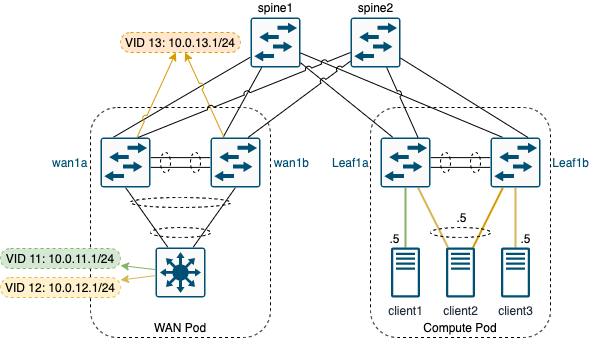
This is media/lab.drawio.png from Converged-networking/crawling-to-run, a draw.io export, as it was before one commit. Source tidied: cells renumbered, new cells last; positions are measured from the earlier drawing's top-left corner, leaving out a move shared by most shapes. The source it was exported from:
```xml
<mxGraphModel>
  <root>
    <mxCell id="0" />
    <mxCell id="1" parent="0" />
    <mxCell id="2" value="&lt;div&gt;&lt;span&gt;Compute Pod&lt;/span&gt;&lt;/div&gt;" style="rounded=1;whiteSpace=wrap;html=1;dashed=1;fillColor=none;align=center;verticalAlign=bottom;" parent="1" vertex="1">
      <mxGeometry x="370" y="90" width="180" height="230" as="geometry" />
    </mxCell>
    <mxCell id="3" value="&lt;div&gt;&lt;span&gt;WAN Pod&lt;/span&gt;&lt;/div&gt;" style="rounded=1;whiteSpace=wrap;html=1;dashed=1;fillColor=none;align=center;verticalAlign=bottom;strokeWidth=1;perimeterSpacing=1;" parent="1" vertex="1">
      <mxGeometry x="90" y="90" width="180" height="230" as="geometry" />
    </mxCell>
    <mxCell id="4" style="edgeStyle=none;jumpStyle=arc;jumpSize=6;html=1;entryX=0.5;entryY=1;entryDx=0;entryDy=0;entryPerimeter=0;endArrow=none;endFill=0;fillColor=#d5e8d4;strokeColor=#82b366;strokeWidth=2;" parent="1" edge="1" source="35" target="26">
      <mxGeometry relative="1" as="geometry" />
    </mxCell>
    <mxCell id="5" style="edgeStyle=none;jumpStyle=arc;jumpSize=6;html=1;entryX=0.5;entryY=1;entryDx=0;entryDy=0;entryPerimeter=0;endArrow=none;endFill=0;fillColor=#fff2cc;strokeColor=#d6b656;strokeWidth=2;" parent="1" edge="1" source="36" target="28">
      <mxGeometry relative="1" as="geometry" />
    </mxCell>
    <mxCell id="6" style="edgeStyle=none;jumpStyle=arc;jumpSize=6;html=1;entryX=0.75;entryY=1;entryDx=0;entryDy=0;entryPerimeter=0;endArrow=none;endFill=0;fillColor=#fff2cc;strokeColor=#d6b656;strokeWidth=2;" parent="1" edge="1" source="37" target="26">
      <mxGeometry relative="1" as="geometry" />
    </mxCell>
    <mxCell id="7" style="edgeStyle=none;jumpStyle=arc;jumpSize=6;html=1;entryX=0.25;entryY=1;entryDx=0;entryDy=0;entryPerimeter=0;endArrow=none;endFill=0;fillColor=#ffe6cc;strokeColor=#d79b00;strokeWidth=2;" parent="1" edge="1" source="37" target="28">
      <mxGeometry relative="1" as="geometry" />
    </mxCell>
    <mxCell id="8" style="html=1;endArrow=none;endFill=0;entryX=0.25;entryY=0;entryDx=0;entryDy=0;entryPerimeter=0;" parent="1" edge="1" source="9" target="16">
      <mxGeometry relative="1" as="geometry" />
    </mxCell>
    <mxCell id="9" value="spine1" style="points=[[0.015,0.015,0],[0.985,0.015,0],[0.985,0.985,0],[0.015,0.985,0],[0.25,0,0],[0.5,0,0],[0.75,0,0],[1,0.25,0],[1,0.5,0],[1,0.75,0],[0.75,1,0],[0.5,1,0],[0.25,1,0],[0,0.75,0],[0,0.5,0],[0,0.25,0]];verticalLabelPosition=top;html=1;verticalAlign=bottom;align=center;shape=mxgraph.cisco19.rect;prIcon=l2_switch;fillColor=#FAFAFA;strokeColor=#005073;labelPosition=center;" parent="1" vertex="1">
      <mxGeometry x="250" width="50" height="50" as="geometry" />
    </mxCell>
    <mxCell id="10" value="spine2" style="points=[[0.015,0.015,0],[0.985,0.015,0],[0.985,0.985,0],[0.015,0.985,0],[0.25,0,0],[0.5,0,0],[0.75,0,0],[1,0.25,0],[1,0.5,0],[1,0.75,0],[0.75,1,0],[0.5,1,0],[0.25,1,0],[0,0.75,0],[0,0.5,0],[0,0.25,0]];verticalLabelPosition=top;html=1;verticalAlign=bottom;align=center;shape=mxgraph.cisco19.rect;prIcon=l2_switch;fillColor=#FAFAFA;strokeColor=#005073;labelPosition=center;" parent="1" vertex="1">
      <mxGeometry x="350" width="50" height="50" as="geometry" />
    </mxCell>
    <mxCell id="11" style="edgeStyle=none;jumpStyle=arc;jumpSize=6;html=1;entryX=0.5;entryY=1;entryDx=0;entryDy=0;entryPerimeter=0;endArrow=none;endFill=0;exitX=0.25;exitY=0;exitDx=0;exitDy=0;exitPerimeter=0;" parent="1" edge="1" source="13" target="16">
      <mxGeometry relative="1" as="geometry" />
    </mxCell>
    <mxCell id="12" style="edgeStyle=none;jumpStyle=arc;jumpSize=6;html=1;entryX=0.5;entryY=1;entryDx=0;entryDy=0;entryPerimeter=0;endArrow=none;endFill=0;exitX=0.75;exitY=0;exitDx=0;exitDy=0;exitPerimeter=0;" parent="1" edge="1" source="13" target="19">
      <mxGeometry relative="1" as="geometry" />
    </mxCell>
    <mxCell id="13" style="points=[[0.015,0.015,0],[0.985,0.015,0],[0.985,0.985,0],[0.015,0.985,0],[0.25,0,0],[0.5,0,0],[0.75,0,0],[1,0.25,0],[1,0.5,0],[1,0.75,0],[0.75,1,0],[0.5,1,0],[0.25,1,0],[0,0.75,0],[0,0.5,0],[0,0.25,0]];verticalLabelPosition=bottom;html=1;verticalAlign=top;align=center;shape=mxgraph.cisco19.rect;prIcon=l3_switch;fillColor=#FAFAFA;strokeColor=#005073;" parent="1" vertex="1">
      <mxGeometry x="155" y="230" width="50" height="50" as="geometry" />
    </mxCell>
    <mxCell id="14" style="edgeStyle=none;jumpStyle=arc;jumpSize=6;html=1;endArrow=none;endFill=0;shape=link;width=-9.767441860465116;" parent="1" edge="1" source="16" target="19">
      <mxGeometry relative="1" as="geometry" />
    </mxCell>
    <mxCell id="15" style="edgeStyle=none;rounded=1;jumpStyle=arc;jumpSize=6;html=1;fontColor=#000000;startArrow=none;startFill=0;endArrow=classic;endFill=1;fillColor=#ffe6cc;strokeColor=#d79b00;" parent="1" edge="1" source="16" target="43">
      <mxGeometry relative="1" as="geometry" />
    </mxCell>
    <mxCell id="16" value="wan1a" style="points=[[0.015,0.015,0],[0.985,0.015,0],[0.985,0.985,0],[0.015,0.985,0],[0.25,0,0],[0.5,0,0],[0.75,0,0],[1,0.25,0],[1,0.5,0],[1,0.75,0],[0.75,1,0],[0.5,1,0],[0.25,1,0],[0,0.75,0],[0,0.5,0],[0,0.25,0]];verticalLabelPosition=middle;html=1;verticalAlign=middle;align=left;shape=mxgraph.cisco19.rect;prIcon=l2_switch;fillColor=#FAFAFA;strokeColor=#005073;labelPosition=left;fontColor=#005073;" parent="1" vertex="1">
      <mxGeometry x="100" y="120" width="50" height="50" as="geometry" />
    </mxCell>
    <mxCell id="17" style="html=1;endArrow=none;endFill=0;exitX=0.25;exitY=0;exitDx=0;exitDy=0;exitPerimeter=0;" parent="1" edge="1" source="19" target="9">
      <mxGeometry relative="1" as="geometry" />
    </mxCell>
    <mxCell id="18" style="edgeStyle=none;rounded=1;jumpStyle=arc;jumpSize=6;html=1;fontColor=#000000;startArrow=none;startFill=0;endArrow=classic;endFill=1;fillColor=#ffe6cc;strokeColor=#d79b00;" parent="1" edge="1" source="19" target="43">
      <mxGeometry relative="1" as="geometry" />
    </mxCell>
    <mxCell id="19" value="wan1b" style="points=[[0.015,0.015,0],[0.985,0.015,0],[0.985,0.985,0],[0.015,0.985,0],[0.25,0,0],[0.5,0,0],[0.75,0,0],[1,0.25,0],[1,0.5,0],[1,0.75,0],[0.75,1,0],[0.5,1,0],[0.25,1,0],[0,0.75,0],[0,0.5,0],[0,0.25,0]];verticalLabelPosition=middle;html=1;verticalAlign=middle;align=right;shape=mxgraph.cisco19.rect;prIcon=l2_switch;fillColor=#FAFAFA;strokeColor=#005073;labelPosition=right;fontColor=#005073;" parent="1" vertex="1">
      <mxGeometry x="210" y="120" width="50" height="50" as="geometry" />
    </mxCell>
    <mxCell id="20" style="ellipse;whiteSpace=wrap;html=1;dashed=1;fillColor=none;gradientColor=none;" parent="1" vertex="1">
      <mxGeometry x="160" y="135" width="10" height="20" as="geometry" />
    </mxCell>
    <mxCell id="21" style="ellipse;whiteSpace=wrap;html=1;dashed=1;fillColor=none;gradientColor=none;" parent="1" vertex="1">
      <mxGeometry x="190" y="135" width="10" height="20" as="geometry" />
    </mxCell>
    <mxCell id="22" style="ellipse;whiteSpace=wrap;html=1;dashed=1;fillColor=none;gradientColor=none;" parent="1" vertex="1">
      <mxGeometry x="130" y="180" width="100" height="10" as="geometry" />
    </mxCell>
    <mxCell id="23" style="ellipse;whiteSpace=wrap;html=1;dashed=1;fillColor=none;gradientColor=none;" parent="1" vertex="1">
      <mxGeometry x="150" y="210" width="60" height="10" as="geometry" />
    </mxCell>
    <mxCell id="24" style="edgeStyle=none;jumpStyle=arc;jumpSize=6;html=1;endArrow=none;endFill=0;shape=link;width=-9.767441860465116;" parent="1" edge="1" source="26" target="28">
      <mxGeometry relative="1" as="geometry" />
    </mxCell>
    <mxCell id="25" style="edgeStyle=none;jumpStyle=arc;jumpSize=6;html=1;endArrow=none;endFill=0;exitX=0.25;exitY=0;exitDx=0;exitDy=0;exitPerimeter=0;" parent="1" edge="1" source="26" target="9">
      <mxGeometry relative="1" as="geometry" />
    </mxCell>
    <mxCell id="26" value="&lt;font color=&quot;#005073&quot;&gt;Leaf1a&lt;/font&gt;" style="points=[[0.015,0.015,0],[0.985,0.015,0],[0.985,0.985,0],[0.015,0.985,0],[0.25,0,0],[0.5,0,0],[0.75,0,0],[1,0.25,0],[1,0.5,0],[1,0.75,0],[0.75,1,0],[0.5,1,0],[0.25,1,0],[0,0.75,0],[0,0.5,0],[0,0.25,0]];verticalLabelPosition=middle;html=1;verticalAlign=middle;align=left;shape=mxgraph.cisco19.rect;prIcon=l2_switch;fillColor=#FAFAFA;strokeColor=#005073;labelPosition=left;" parent="1" vertex="1">
      <mxGeometry x="380" y="120" width="50" height="50" as="geometry" />
    </mxCell>
    <mxCell id="27" style="edgeStyle=none;jumpStyle=arc;jumpSize=6;html=1;endArrow=none;endFill=0;exitX=0.25;exitY=0;exitDx=0;exitDy=0;exitPerimeter=0;" parent="1" edge="1" source="28" target="9">
      <mxGeometry relative="1" as="geometry" />
    </mxCell>
    <mxCell id="28" value="&lt;font color=&quot;#005073&quot;&gt;Leaf1b&lt;/font&gt;" style="points=[[0.015,0.015,0],[0.985,0.015,0],[0.985,0.985,0],[0.015,0.985,0],[0.25,0,0],[0.5,0,0],[0.75,0,0],[1,0.25,0],[1,0.5,0],[1,0.75,0],[0.75,1,0],[0.5,1,0],[0.25,1,0],[0,0.75,0],[0,0.5,0],[0,0.25,0]];verticalLabelPosition=middle;html=1;verticalAlign=middle;align=right;shape=mxgraph.cisco19.rect;prIcon=l2_switch;fillColor=#FAFAFA;strokeColor=#005073;labelPosition=right;" parent="1" vertex="1">
      <mxGeometry x="490" y="120" width="50" height="50" as="geometry" />
    </mxCell>
    <mxCell id="29" style="ellipse;whiteSpace=wrap;html=1;dashed=1;fillColor=none;gradientColor=none;" parent="1" vertex="1">
      <mxGeometry x="440" y="135" width="10" height="20" as="geometry" />
    </mxCell>
    <mxCell id="30" style="ellipse;whiteSpace=wrap;html=1;dashed=1;fillColor=none;gradientColor=none;" parent="1" vertex="1">
      <mxGeometry x="470" y="135" width="10" height="20" as="geometry" />
    </mxCell>
    <mxCell id="31" style="html=1;endArrow=none;endFill=0;jumpStyle=arc;jumpSize=6;exitX=0.75;exitY=0;exitDx=0;exitDy=0;exitPerimeter=0;" parent="1" edge="1" source="16" target="10">
      <mxGeometry relative="1" as="geometry" />
    </mxCell>
    <mxCell id="32" style="html=1;endArrow=none;endFill=0;jumpStyle=arc;exitX=0.75;exitY=0;exitDx=0;exitDy=0;exitPerimeter=0;" parent="1" edge="1" source="19" target="10">
      <mxGeometry relative="1" as="geometry" />
    </mxCell>
    <mxCell id="33" style="edgeStyle=none;jumpStyle=arc;jumpSize=6;html=1;endArrow=none;endFill=0;exitX=0.75;exitY=0;exitDx=0;exitDy=0;exitPerimeter=0;" parent="1" edge="1" source="26" target="10">
      <mxGeometry relative="1" as="geometry" />
    </mxCell>
    <mxCell id="34" style="edgeStyle=none;jumpStyle=arc;jumpSize=6;html=1;endArrow=none;endFill=0;exitX=0.75;exitY=0;exitDx=0;exitDy=0;exitPerimeter=0;" parent="1" edge="1" source="28" target="10">
      <mxGeometry relative="1" as="geometry" />
    </mxCell>
    <mxCell id="35" value="client1" style="outlineConnect=0;fontColor=#232F3E;gradientColor=none;dashed=0;verticalLabelPosition=bottom;verticalAlign=top;align=center;html=1;fontSize=12;fontStyle=0;shape=mxgraph.aws4.traditional_server;strokeColor=none;fillColor=#005073;" parent="1" vertex="1">
      <mxGeometry x="390.6" y="230" width="28.9" height="50" as="geometry" />
    </mxCell>
    <mxCell id="36" value="client3" style="outlineConnect=0;fontColor=#232F3E;gradientColor=none;dashed=0;verticalLabelPosition=bottom;verticalAlign=top;align=center;html=1;fontSize=12;fontStyle=0;shape=mxgraph.aws4.traditional_server;strokeColor=none;fillColor=#005073;" parent="1" vertex="1">
      <mxGeometry x="500.6" y="230" width="28.9" height="50" as="geometry" />
    </mxCell>
    <mxCell id="37" value="client2" style="outlineConnect=0;fontColor=#232F3E;gradientColor=none;dashed=0;verticalLabelPosition=bottom;verticalAlign=top;align=center;html=1;fontSize=12;fontStyle=0;shape=mxgraph.aws4.traditional_server;strokeColor=none;fillColor=#005073;" parent="1" vertex="1">
      <mxGeometry x="445.6" y="230" width="28.9" height="50" as="geometry" />
    </mxCell>
    <mxCell id="38" style="ellipse;whiteSpace=wrap;html=1;dashed=1;fillColor=none;gradientColor=none;" parent="1" vertex="1">
      <mxGeometry x="430" y="210" width="60" height="10" as="geometry" />
    </mxCell>
    <mxCell id="39" style="edgeStyle=none;rounded=1;jumpStyle=arc;jumpSize=6;html=1;fontColor=#000000;startArrow=none;startFill=0;endArrow=classic;endFill=1;fillColor=#d5e8d4;strokeColor=#82b366;" parent="1" edge="1" source="13" target="40">
      <mxGeometry relative="1" as="geometry" />
    </mxCell>
    <mxCell id="40" value="&lt;div&gt;&lt;span&gt;VID 11: 10.0.11.1/24&lt;/span&gt;&lt;/div&gt;" style="rounded=1;shadow=0;glass=0;dashed=1;sketch=0;strokeColor=#82b366;strokeWidth=1;fillColor=#d5e8d4;align=center;verticalAlign=middle;arcSize=50;spacing=0;html=1;whiteSpace=wrap;labelPosition=center;verticalLabelPosition=middle;" parent="1" vertex="1">
      <mxGeometry y="231" width="120" height="20" as="geometry" />
    </mxCell>
    <mxCell id="41" style="jumpStyle=arc;jumpSize=6;html=1;fontColor=#000000;endArrow=classic;endFill=1;startArrow=none;startFill=0;rounded=1;fillColor=#fff2cc;strokeColor=#d6b656;" parent="1" edge="1" source="13" target="42">
      <mxGeometry relative="1" as="geometry" />
    </mxCell>
    <mxCell id="42" value="&lt;div&gt;&lt;span&gt;VID 12: 10.0.12.1/24&lt;/span&gt;&lt;/div&gt;" style="rounded=1;shadow=0;glass=0;dashed=1;sketch=0;strokeColor=#d6b656;strokeWidth=1;fillColor=#fff2cc;align=center;verticalAlign=middle;arcSize=50;spacing=0;html=1;whiteSpace=wrap;labelPosition=center;verticalLabelPosition=middle;" parent="1" vertex="1">
      <mxGeometry y="260" width="120" height="20" as="geometry" />
    </mxCell>
    <mxCell id="43" value="&lt;div&gt;&lt;span&gt;VID 13: 10.0.13.1/24&lt;/span&gt;&lt;/div&gt;" style="rounded=1;shadow=0;glass=0;dashed=1;sketch=0;strokeColor=#d79b00;strokeWidth=1;fillColor=#ffe6cc;align=center;verticalAlign=middle;arcSize=50;spacing=0;html=1;whiteSpace=wrap;labelPosition=center;verticalLabelPosition=middle;" parent="1" vertex="1">
      <mxGeometry x="120" y="15" width="120" height="20" as="geometry" />
    </mxCell>
    <mxCell id="44" value=".5" style="text;html=1;align=center;verticalAlign=middle;strokeColor=none;fontColor=#000000;" parent="1" vertex="1">
      <mxGeometry x="379" y="211" width="30" height="20" as="geometry" />
    </mxCell>
    <mxCell id="45" value=".5" style="text;html=1;align=center;verticalAlign=middle;strokeColor=none;fontColor=#000000;" parent="1" vertex="1">
      <mxGeometry x="445.6" y="190" width="30" height="20" as="geometry" />
    </mxCell>
    <mxCell id="46" value=".5" style="text;html=1;align=center;verticalAlign=middle;strokeColor=none;fontColor=#000000;" parent="1" vertex="1">
      <mxGeometry x="510" y="211" width="30" height="20" as="geometry" />
    </mxCell>
  </root>
</mxGraphModel>
```
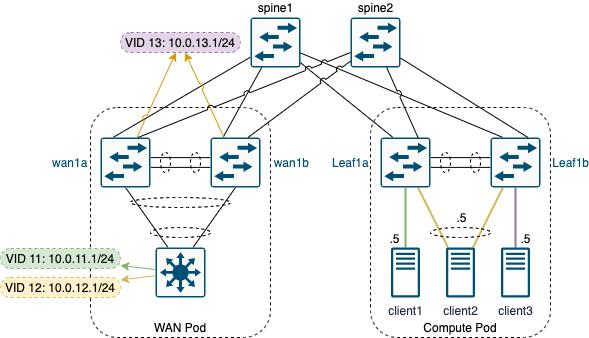
Later version of the same file.

Commit message:
Add some client info

What changed in the source:
```diff
@@ -11,13 +11,13 @@
     <mxCell id="4" style="edgeStyle=none;jumpStyle=arc;jumpSize=6;html=1;entryX=0.5;entryY=1;entryDx=0;entryDy=0;entryPerimeter=0;endArrow=none;endFill=0;fillColor=#d5e8d4;strokeColor=#82b366;strokeWidth=2;" parent="1" edge="1" source="35" target="26">
       <mxGeometry relative="1" as="geometry" />
     </mxCell>
-    <mxCell id="5" style="edgeStyle=none;jumpStyle=arc;jumpSize=6;html=1;entryX=0.5;entryY=1;entryDx=0;entryDy=0;entryPerimeter=0;endArrow=none;endFill=0;fillColor=#fff2cc;strokeColor=#d6b656;strokeWidth=2;" parent="1" edge="1" source="36" target="28">
+    <mxCell id="5" style="edgeStyle=none;jumpStyle=arc;jumpSize=6;html=1;entryX=0.5;entryY=1;entryDx=0;entryDy=0;entryPerimeter=0;endArrow=none;endFill=0;fillColor=#e1d5e7;strokeColor=#9673a6;strokeWidth=2;" parent="1" edge="1" source="36" target="28">
       <mxGeometry relative="1" as="geometry" />
     </mxCell>
     <mxCell id="6" style="edgeStyle=none;jumpStyle=arc;jumpSize=6;html=1;entryX=0.75;entryY=1;entryDx=0;entryDy=0;entryPerimeter=0;endArrow=none;endFill=0;fillColor=#fff2cc;strokeColor=#d6b656;strokeWidth=2;" parent="1" edge="1" source="37" target="26">
       <mxGeometry relative="1" as="geometry" />
     </mxCell>
-    <mxCell id="7" style="edgeStyle=none;jumpStyle=arc;jumpSize=6;html=1;entryX=0.25;entryY=1;entryDx=0;entryDy=0;entryPerimeter=0;endArrow=none;endFill=0;fillColor=#ffe6cc;strokeColor=#d79b00;strokeWidth=2;" parent="1" edge="1" source="37" target="28">
+    <mxCell id="7" style="edgeStyle=none;jumpStyle=arc;jumpSize=6;html=1;entryX=0.25;entryY=1;entryDx=0;entryDy=0;entryPerimeter=0;endArrow=none;endFill=0;fillColor=#fff2cc;strokeColor=#d6b656;strokeWidth=2;" parent="1" edge="1" source="37" target="28">
       <mxGeometry relative="1" as="geometry" />
     </mxCell>
     <mxCell id="8" style="html=1;endArrow=none;endFill=0;entryX=0.25;entryY=0;entryDx=0;entryDy=0;entryPerimeter=0;" parent="1" edge="1" source="9" target="16">
@@ -125,7 +125,7 @@
     <mxCell id="42" value="&lt;div&gt;&lt;span&gt;VID 12: 10.0.12.1/24&lt;/span&gt;&lt;/div&gt;" style="rounded=1;shadow=0;glass=0;dashed=1;sketch=0;strokeColor=#d6b656;strokeWidth=1;fillColor=#fff2cc;align=center;verticalAlign=middle;arcSize=50;spacing=0;html=1;whiteSpace=wrap;labelPosition=center;verticalLabelPosition=middle;" parent="1" vertex="1">
       <mxGeometry y="260" width="120" height="20" as="geometry" />
     </mxCell>
-    <mxCell id="43" value="&lt;div&gt;&lt;span&gt;VID 13: 10.0.13.1/24&lt;/span&gt;&lt;/div&gt;" style="rounded=1;shadow=0;glass=0;dashed=1;sketch=0;strokeColor=#d79b00;strokeWidth=1;fillColor=#ffe6cc;align=center;verticalAlign=middle;arcSize=50;spacing=0;html=1;whiteSpace=wrap;labelPosition=center;verticalLabelPosition=middle;" parent="1" vertex="1">
+    <mxCell id="43" value="&lt;div&gt;&lt;span&gt;VID 13: 10.0.13.1/24&lt;/span&gt;&lt;/div&gt;" style="rounded=1;shadow=0;glass=0;dashed=1;sketch=0;strokeColor=#9673a6;strokeWidth=1;fillColor=#e1d5e7;align=center;verticalAlign=middle;arcSize=50;spacing=0;html=1;whiteSpace=wrap;labelPosition=center;verticalLabelPosition=middle;" parent="1" vertex="1">
       <mxGeometry x="120" y="15" width="120" height="20" as="geometry" />
     </mxCell>
     <mxCell id="44" value=".5" style="text;html=1;align=center;verticalAlign=middle;strokeColor=none;fontColor=#000000;" parent="1" vertex="1">
```
